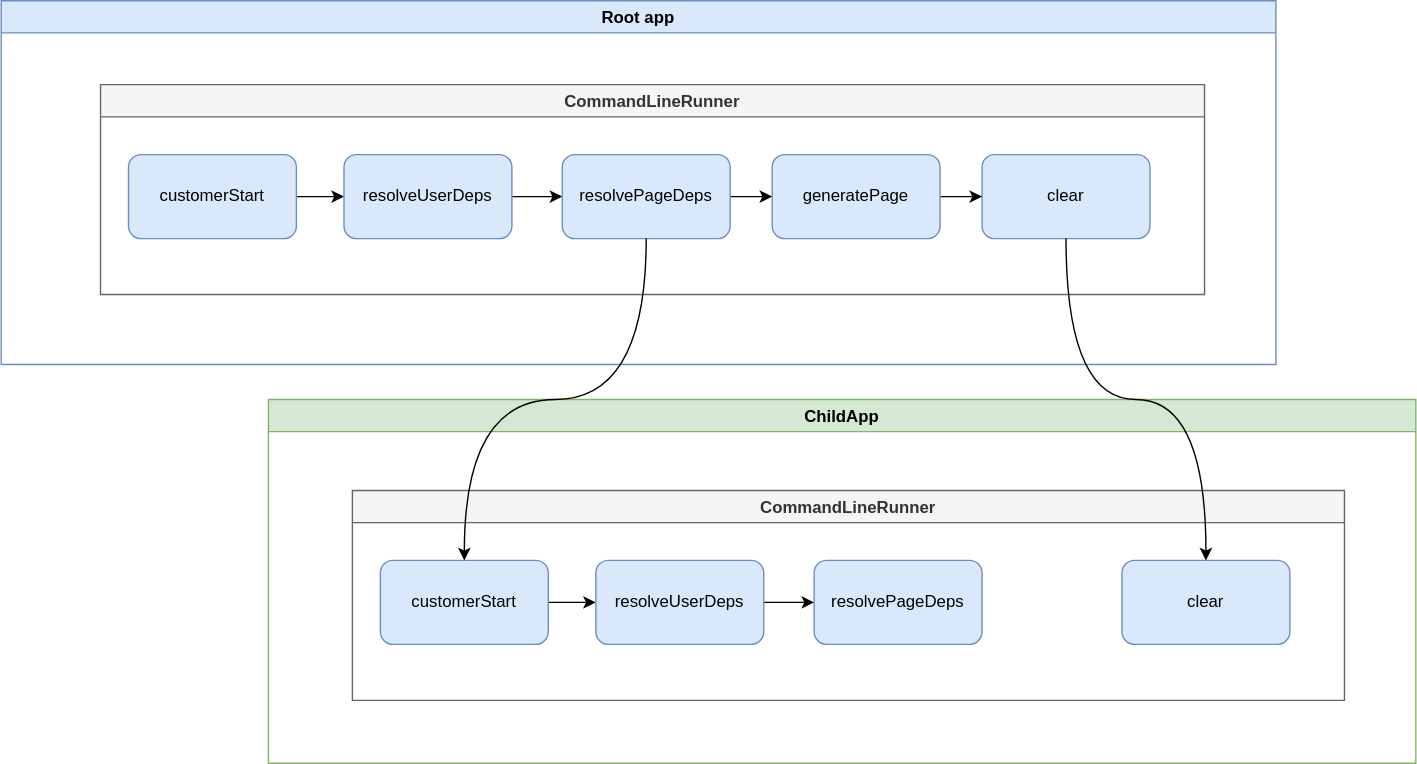
The draw.io diagram tools/docSite/static/img/child-app/command-line-runner-server.drawio.svg in tramvaijs/tramvai, before a commit. Source tidied: cells renumbered, new cells last; positions are measured from the earlier drawing's top-left corner, leaving out a move shared by most shapes. Source of this version:
```xml
<mxGraphModel>
  <root>
    <mxCell id="0" />
    <mxCell id="1" parent="0" />
    <mxCell id="2" value="Root app" style="swimlane;fillColor=#dae8fc;strokeColor=#6c8ebf;" parent="1" vertex="1">
      <mxGeometry width="911" height="260" as="geometry" />
    </mxCell>
    <mxCell id="3" value="CommandLineRunner" style="swimlane;fillColor=#f5f5f5;strokeColor=#666666;fontColor=#333333;" parent="2" vertex="1">
      <mxGeometry x="71" y="60" width="789" height="150" as="geometry" />
    </mxCell>
    <mxCell id="4" style="edgeStyle=orthogonalEdgeStyle;rounded=0;jettySize=auto;html=1;exitX=1;exitY=0.5;exitDx=0;exitDy=0;entryX=0;entryY=0.5;entryDx=0;entryDy=0;" parent="3" edge="1" source="5" target="10">
      <mxGeometry relative="1" as="geometry" />
    </mxCell>
    <mxCell id="5" value="customerStart" style="rounded=1;whiteSpace=wrap;html=1;fillColor=#dae8fc;strokeColor=#6c8ebf;" parent="3" vertex="1">
      <mxGeometry x="20" y="50" width="120" height="60" as="geometry" />
    </mxCell>
    <mxCell id="6" value="clear" style="rounded=1;whiteSpace=wrap;html=1;fillColor=#dae8fc;strokeColor=#6c8ebf;" parent="3" vertex="1">
      <mxGeometry x="630" y="50" width="120" height="60" as="geometry" />
    </mxCell>
    <mxCell id="7" style="edgeStyle=orthogonalEdgeStyle;rounded=0;jettySize=auto;html=1;exitX=1;exitY=0.5;exitDx=0;exitDy=0;entryX=0;entryY=0.5;entryDx=0;entryDy=0;" parent="3" edge="1" source="8" target="6">
      <mxGeometry relative="1" as="geometry" />
    </mxCell>
    <mxCell id="8" value="generatePage" style="rounded=1;whiteSpace=wrap;html=1;fillColor=#dae8fc;strokeColor=#6c8ebf;" parent="3" vertex="1">
      <mxGeometry x="480" y="50" width="120" height="60" as="geometry" />
    </mxCell>
    <mxCell id="9" style="edgeStyle=orthogonalEdgeStyle;rounded=0;jettySize=auto;html=1;exitX=1;exitY=0.5;exitDx=0;exitDy=0;entryX=0;entryY=0.5;entryDx=0;entryDy=0;" parent="3" edge="1" source="10" target="12">
      <mxGeometry relative="1" as="geometry" />
    </mxCell>
    <mxCell id="10" value="resolveUserDeps" style="rounded=1;whiteSpace=wrap;html=1;fillColor=#dae8fc;strokeColor=#6c8ebf;" parent="3" vertex="1">
      <mxGeometry x="174" y="50" width="120" height="60" as="geometry" />
    </mxCell>
    <mxCell id="11" style="edgeStyle=orthogonalEdgeStyle;rounded=0;jettySize=auto;html=1;exitX=1;exitY=0.5;exitDx=0;exitDy=0;entryX=0;entryY=0.5;entryDx=0;entryDy=0;" parent="3" edge="1" source="12" target="8">
      <mxGeometry relative="1" as="geometry" />
    </mxCell>
    <mxCell id="12" value="resolvePageDeps" style="rounded=1;whiteSpace=wrap;html=1;fillColor=#dae8fc;strokeColor=#6c8ebf;" parent="3" vertex="1">
      <mxGeometry x="330" y="50" width="120" height="60" as="geometry" />
    </mxCell>
    <mxCell id="13" value="ChildApp" style="swimlane;fillColor=#d5e8d4;strokeColor=#82b366;startSize=23;" parent="1" vertex="1">
      <mxGeometry x="191" y="285" width="820" height="260" as="geometry" />
    </mxCell>
    <mxCell id="14" value="CommandLineRunner" style="swimlane;fillColor=#f5f5f5;strokeColor=#666666;fontColor=#333333;" parent="13" vertex="1">
      <mxGeometry x="60" y="65" width="709" height="150" as="geometry" />
    </mxCell>
    <mxCell id="15" style="edgeStyle=orthogonalEdgeStyle;rounded=0;jettySize=auto;html=1;exitX=1;exitY=0.5;exitDx=0;exitDy=0;entryX=0;entryY=0.5;entryDx=0;entryDy=0;" parent="14" edge="1" source="16" target="18">
      <mxGeometry relative="1" as="geometry" />
    </mxCell>
    <mxCell id="16" value="customerStart" style="rounded=1;whiteSpace=wrap;html=1;fillColor=#dae8fc;strokeColor=#6c8ebf;" parent="14" vertex="1">
      <mxGeometry x="20" y="50" width="120" height="60" as="geometry" />
    </mxCell>
    <mxCell id="17" style="edgeStyle=orthogonalEdgeStyle;rounded=0;jettySize=auto;html=1;exitX=1;exitY=0.5;exitDx=0;exitDy=0;entryX=0;entryY=0.5;entryDx=0;entryDy=0;" parent="14" edge="1" source="18" target="19">
      <mxGeometry relative="1" as="geometry" />
    </mxCell>
    <mxCell id="18" value="resolveUserDeps" style="rounded=1;whiteSpace=wrap;html=1;fillColor=#dae8fc;strokeColor=#6c8ebf;" parent="14" vertex="1">
      <mxGeometry x="174" y="50" width="120" height="60" as="geometry" />
    </mxCell>
    <mxCell id="19" value="resolvePageDeps" style="rounded=1;whiteSpace=wrap;html=1;fillColor=#dae8fc;strokeColor=#6c8ebf;" parent="14" vertex="1">
      <mxGeometry x="330" y="50" width="120" height="60" as="geometry" />
    </mxCell>
    <mxCell id="20" value="clear" style="rounded=1;whiteSpace=wrap;html=1;fillColor=#dae8fc;strokeColor=#6c8ebf;" parent="14" vertex="1">
      <mxGeometry x="550" y="50" width="120" height="60" as="geometry" />
    </mxCell>
    <mxCell id="21" style="edgeStyle=orthogonalEdgeStyle;rounded=0;jettySize=auto;html=1;exitX=0.5;exitY=1;exitDx=0;exitDy=0;entryX=0.5;entryY=0;entryDx=0;entryDy=0;curved=1;" parent="1" edge="1" source="12" target="16">
      <mxGeometry relative="1" as="geometry" />
    </mxCell>
    <mxCell id="22" style="edgeStyle=orthogonalEdgeStyle;curved=1;rounded=0;jettySize=auto;html=1;exitX=0.5;exitY=1;exitDx=0;exitDy=0;entryX=0.5;entryY=0;entryDx=0;entryDy=0;" parent="1" edge="1" source="6" target="20">
      <mxGeometry relative="1" as="geometry" />
    </mxCell>
  </root>
</mxGraphModel>
```
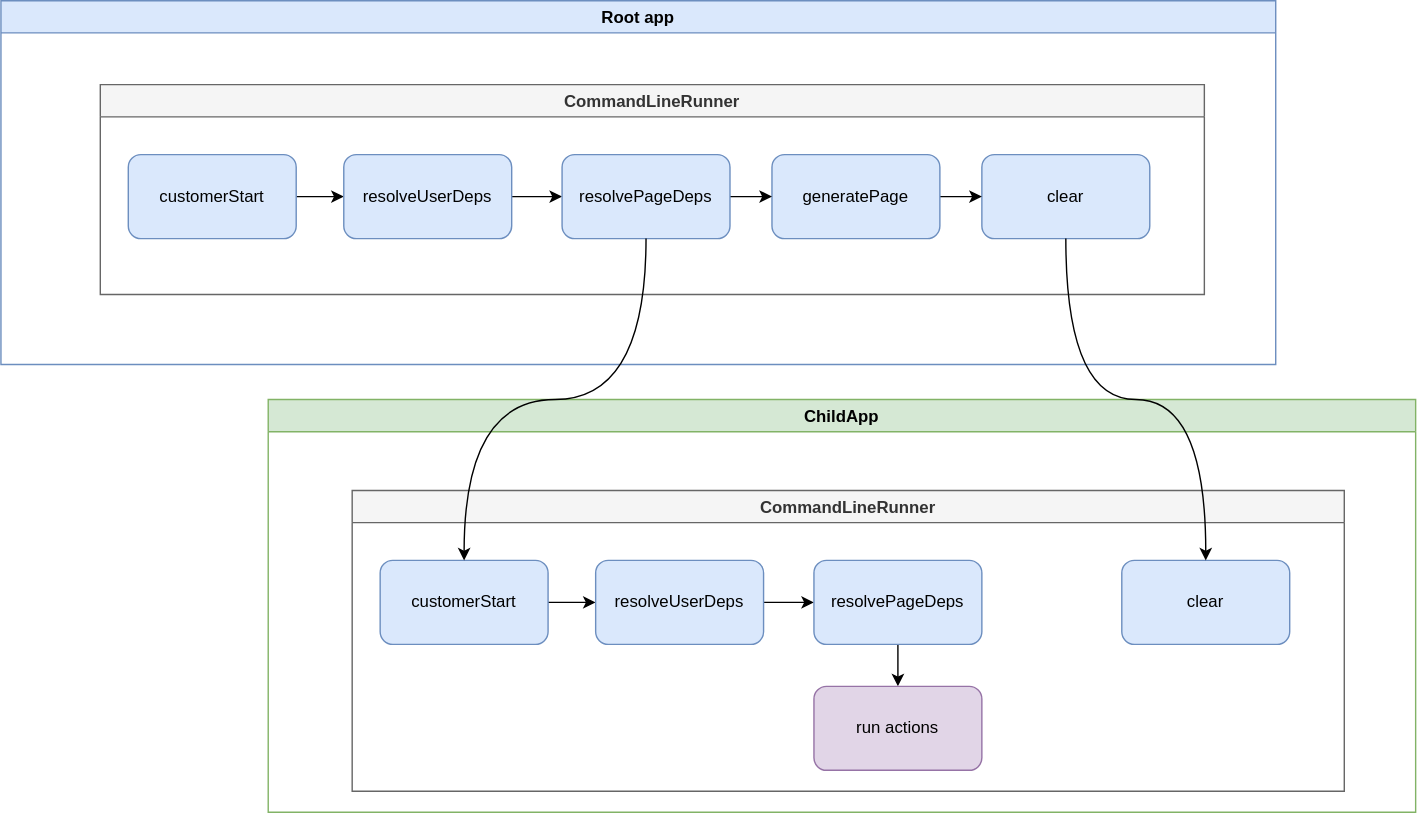
After the commit.

What changed in the source:
```diff
@@ -36,10 +36,10 @@
       <mxGeometry x="330" y="50" width="120" height="60" as="geometry" />
     </mxCell>
     <mxCell id="13" value="ChildApp" style="swimlane;fillColor=#d5e8d4;strokeColor=#82b366;startSize=23;" parent="1" vertex="1">
-      <mxGeometry x="191" y="285" width="820" height="260" as="geometry" />
+      <mxGeometry x="191" y="285" width="820" height="295" as="geometry" />
     </mxCell>
     <mxCell id="14" value="CommandLineRunner" style="swimlane;fillColor=#f5f5f5;strokeColor=#666666;fontColor=#333333;" parent="13" vertex="1">
-      <mxGeometry x="60" y="65" width="709" height="150" as="geometry" />
+      <mxGeometry x="60" y="65" width="709" height="215" as="geometry" />
     </mxCell>
     <mxCell id="15" style="edgeStyle=orthogonalEdgeStyle;rounded=0;jettySize=auto;html=1;exitX=1;exitY=0.5;exitDx=0;exitDy=0;entryX=0;entryY=0.5;entryDx=0;entryDy=0;" parent="14" edge="1" source="16" target="18">
       <mxGeometry relative="1" as="geometry" />
@@ -53,12 +53,18 @@
     <mxCell id="18" value="resolveUserDeps" style="rounded=1;whiteSpace=wrap;html=1;fillColor=#dae8fc;strokeColor=#6c8ebf;" parent="14" vertex="1">
       <mxGeometry x="174" y="50" width="120" height="60" as="geometry" />
     </mxCell>
+    <mxCell id="23" style="edgeStyle=none;html=1;" parent="14" edge="1" source="19" target="24">
+      <mxGeometry relative="1" as="geometry" />
+    </mxCell>
     <mxCell id="19" value="resolvePageDeps" style="rounded=1;whiteSpace=wrap;html=1;fillColor=#dae8fc;strokeColor=#6c8ebf;" parent="14" vertex="1">
       <mxGeometry x="330" y="50" width="120" height="60" as="geometry" />
     </mxCell>
     <mxCell id="20" value="clear" style="rounded=1;whiteSpace=wrap;html=1;fillColor=#dae8fc;strokeColor=#6c8ebf;" parent="14" vertex="1">
       <mxGeometry x="550" y="50" width="120" height="60" as="geometry" />
     </mxCell>
+    <mxCell id="24" value="run actions" style="rounded=1;whiteSpace=wrap;html=1;shadow=0;glass=0;labelBackgroundColor=none;fillColor=#e1d5e7;strokeColor=#9673a6;" parent="14" vertex="1">
+      <mxGeometry x="330" y="140" width="120" height="60" as="geometry" />
+    </mxCell>
     <mxCell id="21" style="edgeStyle=orthogonalEdgeStyle;rounded=0;jettySize=auto;html=1;exitX=0.5;exitY=1;exitDx=0;exitDy=0;entryX=0.5;entryY=0;entryDx=0;entryDy=0;curved=1;" parent="1" edge="1" source="12" target="16">
       <mxGeometry relative="1" as="geometry" />
     </mxCell>
```
